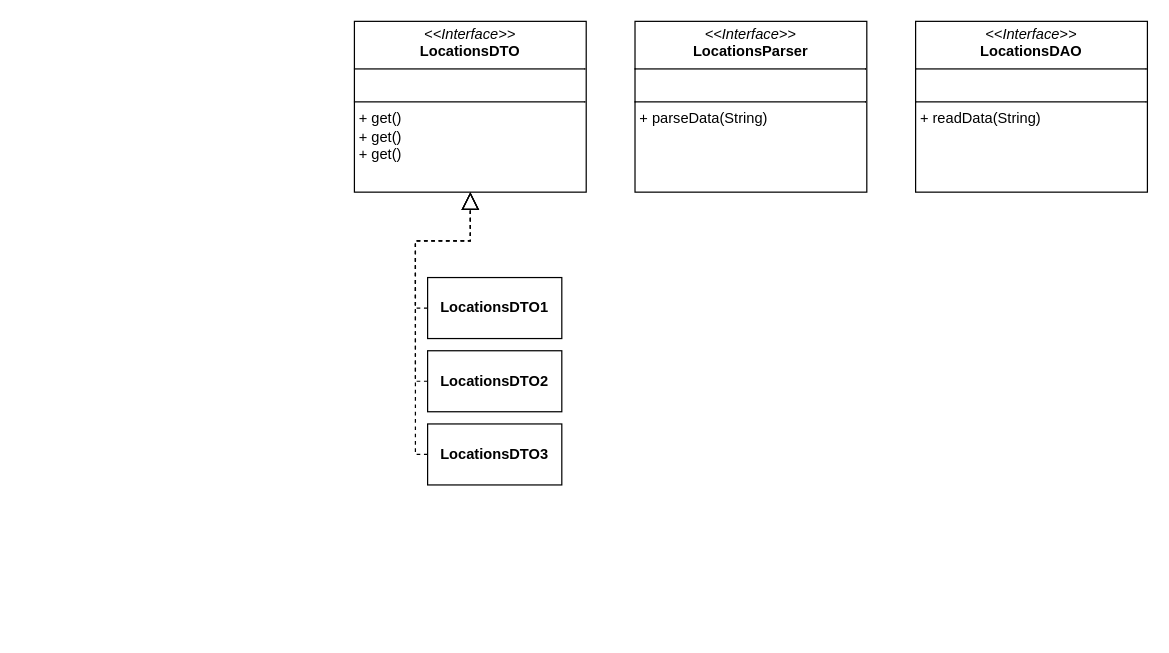
VladimirKBG/locations-finder keeps this draw.io diagram as schema.drawio. Above is the earlier version. Source tidied: cells renumbered, new cells numbered last; positions are measured from the earlier drawing's top-left corner, leaving out a move shared by most shapes. Both pictures are drawn from the tidied source at 122%, with x=0, y=0 at pixel (354, 21).
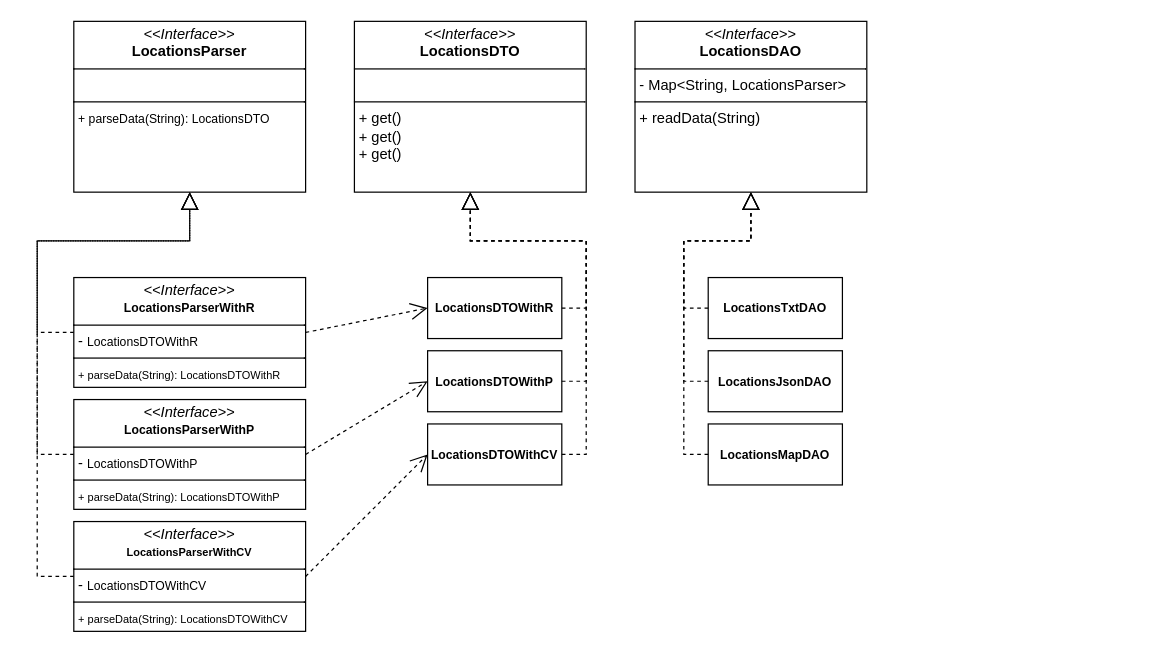
After the change.

Unchanged cells that the change refers to:
```xml
<mxCell id="4" value="&lt;p style=&quot;margin:0px;margin-top:4px;text-align:center;&quot;&gt;&lt;i&gt;&amp;lt;&amp;lt;Interface&amp;gt;&amp;gt;&lt;/i&gt;&lt;br&gt;&lt;b&gt;LocationsDTO&lt;/b&gt;&lt;/p&gt;&lt;hr size=&quot;1&quot; style=&quot;border-style:solid;&quot;&gt;&lt;p style=&quot;margin:0px;margin-left:4px;&quot;&gt;&lt;br&gt;&lt;/p&gt;&lt;hr size=&quot;1&quot; style=&quot;border-style:solid;&quot;&gt;&lt;p style=&quot;margin:0px;margin-left:4px;&quot;&gt;+ get()&lt;/p&gt;&lt;p style=&quot;margin:0px;margin-left:4px;&quot;&gt;+ get()&lt;/p&gt;&lt;p style=&quot;margin:0px;margin-left:4px;&quot;&gt;+ get()&lt;/p&gt;" style="verticalAlign=top;align=left;overflow=fill;html=1;whiteSpace=wrap;" parent="1" vertex="1">
  <mxGeometry width="190" height="140" as="geometry" />
</mxCell>
```

What changed in the source:
```diff
@@
-    <mxCell id="2" value="&lt;p style=&quot;margin:0px;margin-top:4px;text-align:center;&quot;&gt;&lt;i&gt;&amp;lt;&amp;lt;Interface&amp;gt;&amp;gt;&lt;/i&gt;&lt;br&gt;&lt;b&gt;LocationsParser&lt;/b&gt;&lt;/p&gt;&lt;hr size=&quot;1&quot; style=&quot;border-style:solid;&quot;&gt;&lt;p style=&quot;margin:0px;margin-left:4px;&quot;&gt;&lt;br&gt;&lt;/p&gt;&lt;hr size=&quot;1&quot; style=&quot;border-style:solid;&quot;&gt;&lt;p style=&quot;margin:0px;margin-left:4px;&quot;&gt;+ parseData(String)&lt;/p&gt;" style="verticalAlign=top;align=left;overflow=fill;html=1;whiteSpace=wrap;" parent="1" vertex="1">
-      <mxGeometry x="230" width="190" height="140" as="geometry" />
+    <mxCell id="2" value="&lt;p style=&quot;margin:0px;margin-top:4px;text-align:center;&quot;&gt;&lt;i&gt;&amp;lt;&amp;lt;Interface&amp;gt;&amp;gt;&lt;/i&gt;&lt;br&gt;&lt;b&gt;LocationsParser&lt;/b&gt;&lt;/p&gt;&lt;hr size=&quot;1&quot; style=&quot;border-style:solid;&quot;&gt;&lt;p style=&quot;margin:0px;margin-left:4px;&quot;&gt;&lt;br&gt;&lt;/p&gt;&lt;hr size=&quot;1&quot; style=&quot;border-style:solid;&quot;&gt;&lt;p style=&quot;margin:0px;margin-left:4px;&quot;&gt;&lt;font style=&quot;font-size: 10px;&quot;&gt;+ parseData(String):&amp;nbsp;&lt;/font&gt;&lt;span style=&quot;background-color: transparent; color: light-dark(rgb(0, 0, 0), rgb(255, 255, 255)); text-align: center;&quot;&gt;&lt;font style=&quot;font-size: 10px;&quot;&gt;LocationsD&lt;/font&gt;&lt;font style=&quot;font-size: 10px;&quot;&gt;TO&lt;/font&gt;&lt;/span&gt;&lt;/p&gt;" style="verticalAlign=top;align=left;overflow=fill;html=1;whiteSpace=wrap;" parent="1" vertex="1">
+      <mxGeometry x="-230" width="190" height="140" as="geometry" />
     </mxCell>
-    <mxCell id="3" value="&lt;p style=&quot;margin:0px;margin-top:4px;text-align:center;&quot;&gt;&lt;i&gt;&amp;lt;&amp;lt;Interface&amp;gt;&amp;gt;&lt;/i&gt;&lt;br&gt;&lt;b&gt;LocationsDAO&lt;/b&gt;&lt;/p&gt;&lt;hr size=&quot;1&quot; style=&quot;border-style:solid;&quot;&gt;&lt;p style=&quot;margin:0px;margin-left:4px;&quot;&gt;&lt;br&gt;&lt;/p&gt;&lt;hr size=&quot;1&quot; style=&quot;border-style:solid;&quot;&gt;&lt;p style=&quot;margin:0px;margin-left:4px;&quot;&gt;+ readData(String)&lt;/p&gt;" style="verticalAlign=top;align=left;overflow=fill;html=1;whiteSpace=wrap;" parent="1" vertex="1">
-      <mxGeometry x="460" width="190" height="140" as="geometry" />
+    <mxCell id="3" value="&lt;p style=&quot;margin:0px;margin-top:4px;text-align:center;&quot;&gt;&lt;i&gt;&amp;lt;&amp;lt;Interface&amp;gt;&amp;gt;&lt;/i&gt;&lt;br&gt;&lt;b&gt;LocationsDAO&lt;/b&gt;&lt;/p&gt;&lt;hr size=&quot;1&quot; style=&quot;border-style:solid;&quot;&gt;&lt;p style=&quot;margin:0px;margin-left:4px;&quot;&gt;- Map&amp;lt;String, LocationsParser&amp;gt;&lt;/p&gt;&lt;hr size=&quot;1&quot; style=&quot;border-style:solid;&quot;&gt;&lt;p style=&quot;margin:0px;margin-left:4px;&quot;&gt;+ readData(String)&lt;/p&gt;" style="verticalAlign=top;align=left;overflow=fill;html=1;whiteSpace=wrap;" parent="1" vertex="1">
+      <mxGeometry x="230" width="190" height="140" as="geometry" />
     </mxCell>
@@
-    <mxCell id="5" value="&lt;b&gt;LocationsDTO1&lt;/b&gt;" style="html=1;whiteSpace=wrap;" parent="1" vertex="1">
+    <mxCell id="5" value="&lt;b&gt;LocationsDTOWithR&lt;/b&gt;" style="html=1;whiteSpace=wrap;fontSize=10;" parent="1" vertex="1">
       <mxGeometry x="60" y="210" width="110" height="50" as="geometry" />
     </mxCell>
-    <mxCell id="6" value="&lt;b&gt;LocationsDTO2&lt;/b&gt;" style="html=1;whiteSpace=wrap;" parent="1" vertex="1">
+    <mxCell id="6" value="&lt;b style=&quot;font-size: 10px;&quot;&gt;LocationsDTOWithP&lt;/b&gt;" style="html=1;whiteSpace=wrap;" parent="1" vertex="1">
       <mxGeometry x="60" y="270" width="110" height="50" as="geometry" />
     </mxCell>
-    <mxCell id="7" value="&lt;b&gt;LocationsDTO3&lt;/b&gt;" style="html=1;whiteSpace=wrap;" parent="1" vertex="1">
+    <mxCell id="7" value="&lt;b&gt;LocationsDTOWithCV&lt;/b&gt;" style="html=1;whiteSpace=wrap;fontSize=10;" parent="1" vertex="1">
       <mxGeometry x="60" y="330" width="110" height="50" as="geometry" />
     </mxCell>
-    <mxCell id="8" style="endArrow=block;dashed=1;endFill=0;endSize=12;html=1;rounded=0;exitX=0;exitY=0.5;exitDx=0;exitDy=0;entryX=0.5;entryY=1;entryDx=0;entryDy=0;edgeStyle=orthogonalEdgeStyle;" parent="1" edge="1" source="5" target="4">
+    <mxCell id="8" style="endArrow=block;dashed=1;endFill=0;endSize=12;html=1;rounded=0;exitX=1;exitY=0.5;exitDx=0;exitDy=0;entryX=0.5;entryY=1;entryDx=0;entryDy=0;edgeStyle=orthogonalEdgeStyle;" parent="1" edge="1" source="5" target="4">
       <mxGeometry relative="1" as="geometry">
         <Array as="points">
-          <mxPoint x="50" y="235" />
-          <mxPoint x="50" y="180" />
+          <mxPoint x="190" y="235" />
+          <mxPoint x="190" y="180" />
           <mxPoint x="95" y="180" />
         </Array>
       </mxGeometry>
     </mxCell>
-    <mxCell id="9" style="endArrow=block;dashed=1;endFill=0;endSize=12;html=1;rounded=0;exitX=0;exitY=0.5;exitDx=0;exitDy=0;entryX=0.5;entryY=1;entryDx=0;entryDy=0;edgeStyle=orthogonalEdgeStyle;" parent="1" edge="1" source="6" target="4">
+    <mxCell id="9" style="endArrow=block;dashed=1;endFill=0;endSize=12;html=1;rounded=0;exitX=1;exitY=0.5;exitDx=0;exitDy=0;entryX=0.5;entryY=1;entryDx=0;entryDy=0;edgeStyle=orthogonalEdgeStyle;" parent="1" edge="1" source="6" target="4">
       <mxGeometry relative="1" as="geometry">
         <Array as="points">
-          <mxPoint x="50" y="295" />
-          <mxPoint x="50" y="180" />
+          <mxPoint x="190" y="295" />
+          <mxPoint x="190" y="180" />
           <mxPoint x="95" y="180" />
         </Array>
       </mxGeometry>
     </mxCell>
-    <mxCell id="10" style="endArrow=block;dashed=1;endFill=0;endSize=12;html=1;rounded=0;exitX=0;exitY=0.5;exitDx=0;exitDy=0;entryX=0.5;entryY=1;entryDx=0;entryDy=0;edgeStyle=orthogonalEdgeStyle;" parent="1" edge="1" source="7" target="4">
+    <mxCell id="10" style="endArrow=block;dashed=1;endFill=0;endSize=12;html=1;rounded=0;exitX=1;exitY=0.5;exitDx=0;exitDy=0;entryX=0.5;entryY=1;entryDx=0;entryDy=0;edgeStyle=orthogonalEdgeStyle;" parent="1" edge="1" source="7" target="4">
       <mxGeometry relative="1" as="geometry">
         <Array as="points">
-          <mxPoint x="50" y="355" />
-          <mxPoint x="50" y="180" />
+          <mxPoint x="190" y="355" />
+          <mxPoint x="190" y="180" />
           <mxPoint x="95" y="180" />
         </Array>
       </mxGeometry>
     </mxCell>
+    <mxCell id="11" style="endArrow=block;dashed=1;endFill=0;endSize=12;html=1;rounded=0;exitX=0;exitY=0.5;exitDx=0;exitDy=0;entryX=0.5;entryY=1;entryDx=0;entryDy=0;edgeStyle=orthogonalEdgeStyle;" parent="1" edge="1" source="20" target="2">
+      <mxGeometry relative="1" as="geometry">
+        <Array as="points">
+          <mxPoint x="-260" y="255" />
+          <mxPoint x="-260" y="180" />
+          <mxPoint x="-135" y="180" />
+        </Array>
+      </mxGeometry>
+    </mxCell>
+    <mxCell id="12" style="endArrow=block;dashed=1;endFill=0;endSize=12;html=1;rounded=0;exitX=0;exitY=0.5;exitDx=0;exitDy=0;entryX=0.5;entryY=1;entryDx=0;entryDy=0;edgeStyle=orthogonalEdgeStyle;" parent="1" edge="1" source="21" target="2">
+      <mxGeometry relative="1" as="geometry">
+        <Array as="points">
+          <mxPoint x="-260" y="355" />
+          <mxPoint x="-260" y="180" />
+          <mxPoint x="-135" y="180" />
+        </Array>
+      </mxGeometry>
+    </mxCell>
+    <mxCell id="13" style="endArrow=block;dashed=1;endFill=0;endSize=12;html=1;rounded=0;exitX=0;exitY=0.5;exitDx=0;exitDy=0;edgeStyle=orthogonalEdgeStyle;entryX=0.5;entryY=1;entryDx=0;entryDy=0;" parent="1" edge="1" source="22" target="2">
+      <mxGeometry relative="1" as="geometry">
+        <Array as="points">
+          <mxPoint x="-260" y="455" />
+          <mxPoint x="-260" y="180" />
+          <mxPoint x="-135" y="180" />
+        </Array>
+      </mxGeometry>
+    </mxCell>
+    <mxCell id="14" value="&lt;b&gt;LocationsTxtDAO&lt;/b&gt;" style="html=1;whiteSpace=wrap;fontSize=10;" parent="1" vertex="1">
+      <mxGeometry x="290" y="210" width="110" height="50" as="geometry" />
+    </mxCell>
+    <mxCell id="15" value="&lt;b style=&quot;font-size: 10px;&quot;&gt;LocationsJsonDAO&lt;/b&gt;" style="html=1;whiteSpace=wrap;" parent="1" vertex="1">
+      <mxGeometry x="290" y="270" width="110" height="50" as="geometry" />
+    </mxCell>
+    <mxCell id="16" value="&lt;b&gt;LocationsMapDAO&lt;/b&gt;" style="html=1;whiteSpace=wrap;fontSize=10;" parent="1" vertex="1">
+      <mxGeometry x="290" y="330" width="110" height="50" as="geometry" />
+    </mxCell>
+    <mxCell id="17" style="endArrow=block;dashed=1;endFill=0;endSize=12;html=1;rounded=0;exitX=0;exitY=0.5;exitDx=0;exitDy=0;entryX=0.5;entryY=1;entryDx=0;entryDy=0;edgeStyle=orthogonalEdgeStyle;" parent="1" edge="1" source="14" target="3">
+      <mxGeometry relative="1" as="geometry">
+        <Array as="points">
+          <mxPoint x="270" y="235" />
+          <mxPoint x="270" y="180" />
+          <mxPoint x="325" y="180" />
+        </Array>
+      </mxGeometry>
+    </mxCell>
+    <mxCell id="18" style="endArrow=block;dashed=1;endFill=0;endSize=12;html=1;rounded=0;exitX=0;exitY=0.5;exitDx=0;exitDy=0;entryX=0.5;entryY=1;entryDx=0;entryDy=0;edgeStyle=orthogonalEdgeStyle;" parent="1" edge="1" source="15" target="3">
+      <mxGeometry relative="1" as="geometry">
+        <Array as="points">
+          <mxPoint x="270" y="295" />
+          <mxPoint x="270" y="180" />
+          <mxPoint x="325" y="180" />
+        </Array>
+      </mxGeometry>
+    </mxCell>
+    <mxCell id="19" style="endArrow=block;dashed=1;endFill=0;endSize=12;html=1;rounded=0;exitX=0;exitY=0.5;exitDx=0;exitDy=0;entryX=0.5;entryY=1;entryDx=0;entryDy=0;edgeStyle=orthogonalEdgeStyle;" parent="1" edge="1" source="16" target="3">
+      <mxGeometry relative="1" as="geometry">
+        <Array as="points">
+          <mxPoint x="270" y="355" />
+          <mxPoint x="270" y="180" />
+          <mxPoint x="325" y="180" />
+        </Array>
+      </mxGeometry>
+    </mxCell>
+    <mxCell id="20" value="&lt;p style=&quot;margin:0px;margin-top:4px;text-align:center;&quot;&gt;&lt;i&gt;&amp;lt;&amp;lt;Interface&amp;gt;&amp;gt;&lt;/i&gt;&lt;br&gt;&lt;b style=&quot;font-size: 10px;&quot;&gt;LocationsParserWithR&lt;/b&gt;&lt;/p&gt;&lt;hr size=&quot;1&quot; style=&quot;border-style:solid;&quot;&gt;&lt;p style=&quot;margin:0px;margin-left:4px;&quot;&gt;-&amp;nbsp;&lt;span style=&quot;background-color: transparent; color: light-dark(rgb(0, 0, 0), rgb(255, 255, 255)); font-size: 10px; text-align: center;&quot;&gt;LocationsDTOWithR&lt;/span&gt;&lt;/p&gt;&lt;hr size=&quot;1&quot; style=&quot;border-style:solid;&quot;&gt;&lt;p style=&quot;margin:0px;margin-left:4px;&quot;&gt;&lt;font style=&quot;font-size: 9px;&quot;&gt;+ parseData(String):&amp;nbsp;&lt;span style=&quot;text-align: center; background-color: transparent; color: light-dark(rgb(0, 0, 0), rgb(255, 255, 255));&quot;&gt;LocationsDTOWithR&lt;/span&gt;&lt;/font&gt;&lt;/p&gt;" style="verticalAlign=top;align=left;overflow=fill;html=1;whiteSpace=wrap;" parent="1" vertex="1">
+      <mxGeometry x="-230" y="210" width="190" height="90" as="geometry" />
+    </mxCell>
+    <mxCell id="21" value="&lt;p style=&quot;margin:0px;margin-top:4px;text-align:center;&quot;&gt;&lt;i&gt;&amp;lt;&amp;lt;Interface&amp;gt;&amp;gt;&lt;/i&gt;&lt;br&gt;&lt;b style=&quot;font-size: 10px;&quot;&gt;Locations&lt;/b&gt;&lt;b style=&quot;font-size: 10px;&quot;&gt;Parser&lt;/b&gt;&lt;b style=&quot;font-size: 10px;&quot;&gt;WithP&lt;/b&gt;&lt;/p&gt;&lt;hr size=&quot;1&quot; style=&quot;border-style:solid;&quot;&gt;&lt;p style=&quot;margin:0px;margin-left:4px;&quot;&gt;-&amp;nbsp;&lt;span style=&quot;background-color: transparent; color: light-dark(rgb(0, 0, 0), rgb(255, 255, 255)); text-align: center; font-size: 10px;&quot;&gt;LocationsDTOWithP&lt;/span&gt;&lt;/p&gt;&lt;hr size=&quot;1&quot; style=&quot;border-style:solid;&quot;&gt;&lt;p style=&quot;margin:0px;margin-left:4px;&quot;&gt;&lt;font style=&quot;font-size: 9px;&quot;&gt;+ parseData(String):&amp;nbsp;&lt;span style=&quot;text-align: center; background-color: transparent; color: light-dark(rgb(0, 0, 0), rgb(255, 255, 255));&quot;&gt;LocationsDTOWithP&lt;/span&gt;&lt;/font&gt;&lt;/p&gt;" style="verticalAlign=top;align=left;overflow=fill;html=1;whiteSpace=wrap;" parent="1" vertex="1">
+      <mxGeometry x="-230" y="310" width="190" height="90" as="geometry" />
+    </mxCell>
+    <mxCell id="22" value="&lt;p style=&quot;margin:0px;margin-top:4px;text-align:center;&quot;&gt;&lt;i&gt;&amp;lt;&amp;lt;Interface&amp;gt;&amp;gt;&lt;/i&gt;&lt;br&gt;&lt;b style=&quot;font-size: 9px;&quot;&gt;Locations&lt;/b&gt;&lt;b style=&quot;font-size: 9px;&quot;&gt;Parser&lt;/b&gt;&lt;b style=&quot;font-size: 9px;&quot;&gt;WithCV&lt;/b&gt;&lt;/p&gt;&lt;hr size=&quot;1&quot; style=&quot;border-style:solid;&quot;&gt;&lt;p style=&quot;margin:0px;margin-left:4px;&quot;&gt;-&amp;nbsp;&lt;span style=&quot;background-color: transparent; color: light-dark(rgb(0, 0, 0), rgb(255, 255, 255)); font-size: 10px; text-align: center;&quot;&gt;LocationsDTOWithCV&lt;/span&gt;&lt;/p&gt;&lt;hr size=&quot;1&quot; style=&quot;border-style:solid;&quot;&gt;&lt;p style=&quot;margin:0px;margin-left:4px;&quot;&gt;&lt;font style=&quot;font-size: 9px;&quot;&gt;+ parseData(String):&amp;nbsp;&lt;span style=&quot;text-align: center; background-color: transparent; color: light-dark(rgb(0, 0, 0), rgb(255, 255, 255));&quot;&gt;LocationsDTOWithCV&lt;/span&gt;&lt;/font&gt;&lt;/p&gt;" style="verticalAlign=top;align=left;overflow=fill;html=1;whiteSpace=wrap;" parent="1" vertex="1">
+      <mxGeometry x="-230" y="410" width="190" height="90" as="geometry" />
+    </mxCell>
+    <mxCell id="23" style="endArrow=open;endSize=12;dashed=1;html=1;rounded=0;exitX=1;exitY=0.5;exitDx=0;exitDy=0;entryX=0;entryY=0.5;entryDx=0;entryDy=0;" parent="1" edge="1" source="22" target="7">
+      <mxGeometry relative="1" as="geometry" />
+    </mxCell>
+    <mxCell id="24" style="endArrow=open;endSize=12;dashed=1;html=1;rounded=0;exitX=1;exitY=0.5;exitDx=0;exitDy=0;entryX=0;entryY=0.5;entryDx=0;entryDy=0;" parent="1" edge="1" source="21" target="6">
+      <mxGeometry relative="1" as="geometry" />
+    </mxCell>
+    <mxCell id="25" style="endArrow=open;endSize=12;dashed=1;html=1;rounded=0;exitX=1;exitY=0.5;exitDx=0;exitDy=0;entryX=0;entryY=0.5;entryDx=0;entryDy=0;" parent="1" edge="1" source="20" target="5">
+      <mxGeometry relative="1" as="geometry" />
+    </mxCell>
```
